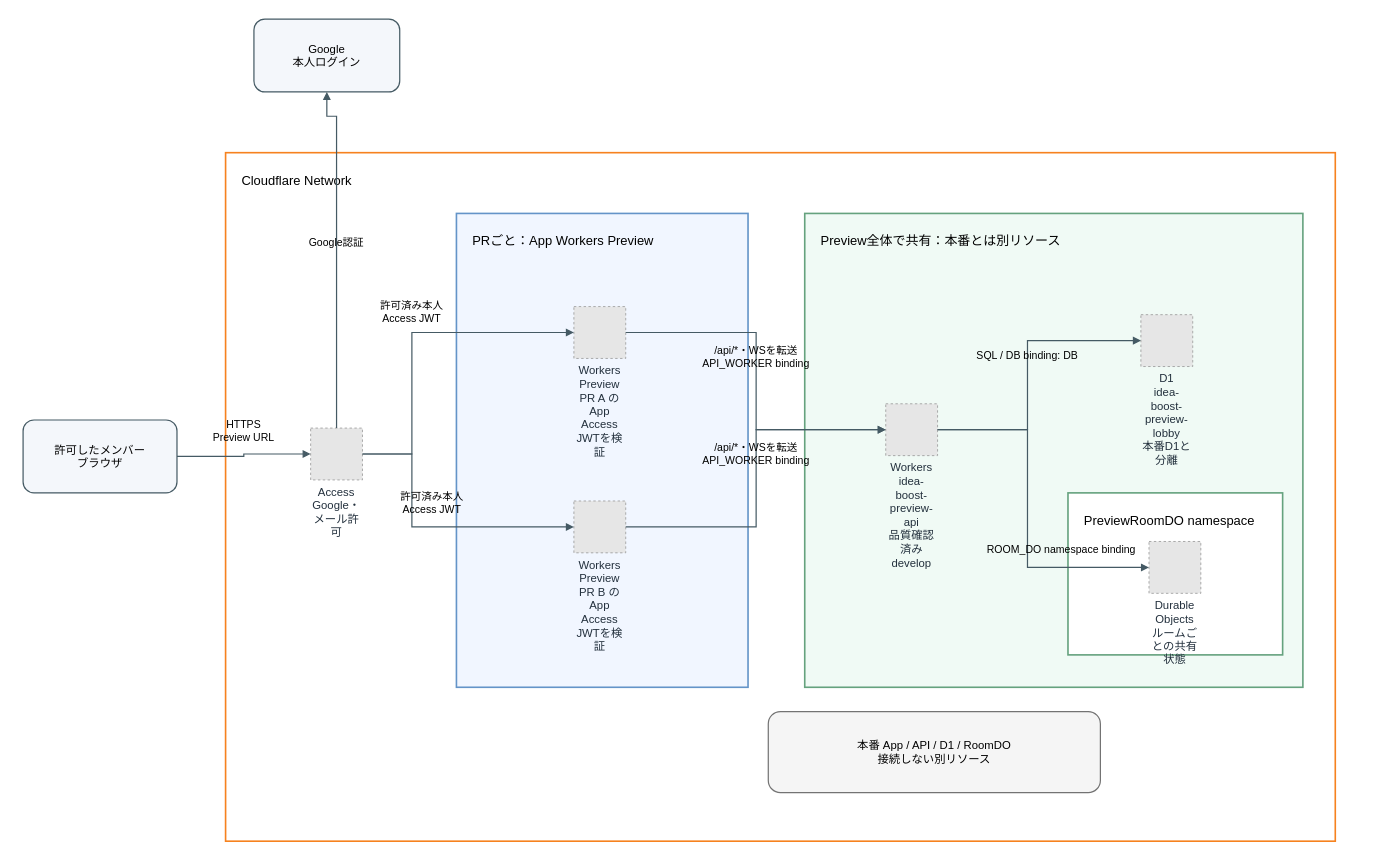
This is page "移行先：PR全体のPreview・実公開は未確認" (2 of 2) of out/architecture.drawio from engineer-first/idea-boost, a draw.io file, before an edit. Source tidied: cells renumbered, new cells numbered last; positions are measured from the earlier drawing's top-left corner, leaving out a move shared by most shapes. Both pictures are drawn from the tidied source at 81%, with x=0, y=0 at pixel (23, 19). Pictures stored in the file or linked from it are replaced by grey dashed boxes.
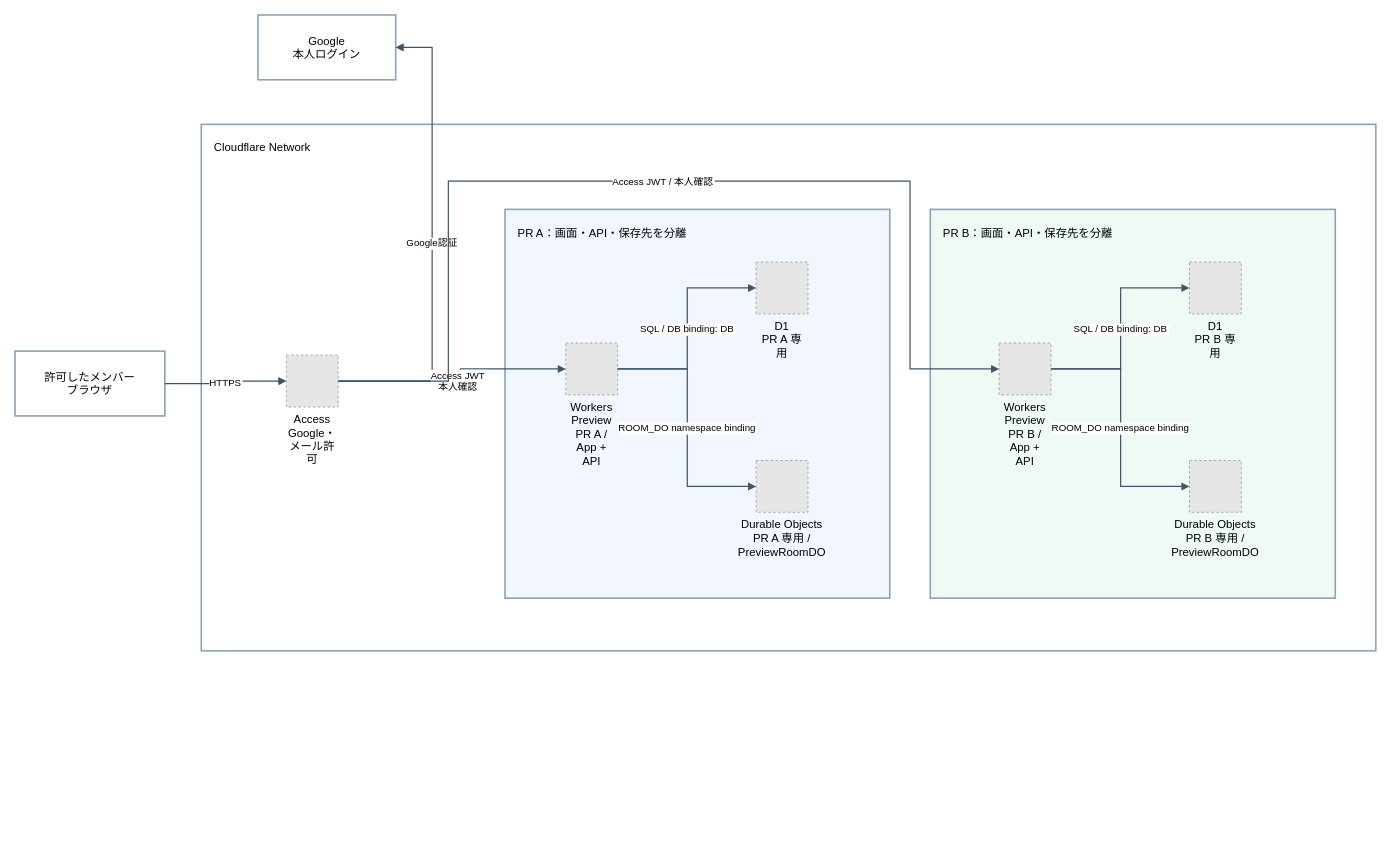
The same diagram, later.

Change to the diagram source:
```diff
@@
-<mxGraphModel background="#ffffff">
+<mxGraphModel>
@@
-    <mxCell id="2" value="Cloudflare Network" style="rounded=0;html=0;fillColor=#ffffff;strokeColor=#f6821f;strokeWidth=2;verticalAlign=top;align=left;spacing=20;fontSize=16;whiteSpace=wrap;" parent="1" vertex="1">
-      <mxGeometry x="250" y="165" width="1370" height="850" as="geometry" />
+    <mxCell id="2" value="Cloudflare Network" style="rounded=0;html=0;whiteSpace=wrap;fontSize=14;fillColor=white;strokeColor=#8da3b8;strokeWidth=2;verticalAlign=top;align=left;spacing=16;" parent="1" vertex="1">
+      <mxGeometry x="220" y="130" width="1450" height="650" as="geometry" />
     </mxCell>
-    <mxCell id="3" value="PRごと：App Workers Preview" style="rounded=0;html=0;fillColor=#f1f6ff;strokeColor=#6494c8;strokeWidth=2;verticalAlign=top;align=left;spacing=20;fontSize=16;whiteSpace=wrap;" parent="2" vertex="1">
-      <mxGeometry x="285" y="75" width="360" height="585" as="geometry" />
-    </mxCell>
-    <mxCell id="4" value="Preview全体で共有：本番とは別リソース" style="rounded=0;html=0;fillColor=#f0faf5;strokeColor=#65a27e;strokeWidth=2;verticalAlign=top;align=left;spacing=20;fontSize=16;whiteSpace=wrap;" parent="2" vertex="1">
-      <mxGeometry x="715" y="75" width="615" height="585" as="geometry" />
-    </mxCell>
+    <mxCell id="23" value="PR A：画面・API・保存先を分離" style="rounded=0;html=0;whiteSpace=wrap;fontSize=14;fillColor=#f1f6ff;strokeColor=#8da3b8;strokeWidth=2;verticalAlign=top;align=left;spacing=16;" parent="1" vertex="1">
+      <mxGeometry x="595" y="235" width="475" height="480" as="geometry" />
+    </mxCell>
+    <mxCell id="24" value="PR B：画面・API・保存先を分離" style="rounded=0;html=0;whiteSpace=wrap;fontSize=14;fillColor=#f0faf5;strokeColor=#8da3b8;strokeWidth=2;verticalAlign=top;align=left;spacing=16;" parent="1" vertex="1">
+      <mxGeometry x="1120" y="235" width="500" height="480" as="geometry" />
+    </mxCell>
-    <mxCell id="5" value="許可したメンバー&#10;ブラウザ" style="rounded=1;html=0;fillColor=#f4f7fb;strokeColor=#455a64;strokeWidth=1.5;fontSize=14;whiteSpace=wrap;spacing=12;" parent="1" vertex="1">
-      <mxGeometry y="495" width="190" height="90" as="geometry" />
+    <mxCell id="5" value="許可したメンバー&#10;ブラウザ" style="rounded=0;html=0;whiteSpace=wrap;fontSize=14;fillColor=white;strokeColor=#8da3b8;strokeWidth=2;" parent="1" vertex="1">
+      <mxGeometry x="-10" y="410" width="185" height="80" as="geometry" />
     </mxCell>
-    <mxCell id="6" value="Google&#10;本人ログイン" style="rounded=1;html=0;fillColor=#f4f7fb;strokeColor=#455a64;strokeWidth=1.5;fontSize=14;whiteSpace=wrap;spacing=12;" parent="1" vertex="1">
-      <mxGeometry x="285" width="180" height="90" as="geometry" />
+    <mxCell id="6" value="Google&#10;本人ログイン" style="rounded=0;html=0;whiteSpace=wrap;fontSize=14;fillColor=white;strokeColor=#8da3b8;strokeWidth=2;" parent="1" vertex="1">
+      <mxGeometry x="290" y="-5" width="170" height="80" as="geometry" />
     </mxCell>
-    <mxCell id="7" value="Access&#10;Google・メール許可" style="fillColor=#E6E6E6;strokeColor=#999999;dashed=1;verticalLabelPosition=bottom;verticalAlign=top;align=center;html=0;fontSize=14;whiteSpace=wrap;fontColor=#23303d;" parent="2" vertex="1">
-      <mxGeometry x="105" y="340" width="64" height="64" as="geometry" />
+    <mxCell id="7" value="Access&#10;Google・メール許可" style="fillColor=#E6E6E6;strokeColor=#999999;dashed=1;html=0;whiteSpace=wrap;fontSize=14;verticalLabelPosition=bottom;verticalAlign=top;align=center;" parent="1" vertex="1">
+      <mxGeometry x="325" y="415" width="64" height="64" as="geometry" />
     </mxCell>
-    <mxCell id="8" value="Workers Preview&#10;PR A の App&#10;Access JWTを検証" style="fillColor=#E6E6E6;strokeColor=#999999;dashed=1;verticalLabelPosition=bottom;verticalAlign=top;align=center;html=0;fontSize=14;whiteSpace=wrap;fontColor=#23303d;" parent="3" vertex="1">
-      <mxGeometry x="145" y="115" width="64" height="64" as="geometry" />
+    <mxCell id="8" value="Workers Preview&#10;PR A / App + API" style="fillColor=#E6E6E6;strokeColor=#999999;dashed=1;html=0;whiteSpace=wrap;fontSize=14;verticalLabelPosition=bottom;verticalAlign=top;align=center;" parent="1" vertex="1">
+      <mxGeometry x="670" y="400" width="64" height="64" as="geometry" />
     </mxCell>
+    <mxCell id="25" value="D1&#10;PR A 専用" style="fillColor=#E6E6E6;strokeColor=#999999;dashed=1;html=0;whiteSpace=wrap;fontSize=14;verticalLabelPosition=bottom;verticalAlign=top;align=center;" parent="1" vertex="1">
+      <mxGeometry x="905" y="300" width="64" height="64" as="geometry" />
+    </mxCell>
+    <mxCell id="26" value="Durable Objects&#10;PR A 専用 / PreviewRoomDO" style="fillColor=#E6E6E6;strokeColor=#999999;dashed=1;html=0;whiteSpace=wrap;fontSize=14;verticalLabelPosition=bottom;verticalAlign=top;align=center;" parent="1" vertex="1">
+      <mxGeometry x="905" y="545" width="64" height="64" as="geometry" />
+    </mxCell>
+    <mxCell id="27" value="SQL / DB binding: DB" style="edgeStyle=orthogonalEdgeStyle;rounded=0;html=0;endArrow=block;strokeColor=#40556a;strokeWidth=1.5;fontSize=12;" parent="1" edge="1" source="8" target="25">
+      <mxGeometry relative="1" as="geometry">
+        <Array as="points">
+          <mxPoint x="820" y="432" />
+          <mxPoint x="820" y="332" />
+        </Array>
+      </mxGeometry>
+    </mxCell>
+    <mxCell id="28" value="ROOM_DO namespace binding" style="edgeStyle=orthogonalEdgeStyle;rounded=0;html=0;endArrow=block;strokeColor=#40556a;strokeWidth=1.5;fontSize=12;" parent="1" edge="1" source="8" target="26">
+      <mxGeometry relative="1" as="geometry">
+        <Array as="points">
+          <mxPoint x="820" y="432" />
+          <mxPoint x="820" y="577" />
+        </Array>
+      </mxGeometry>
+    </mxCell>
-    <mxCell id="9" value="Workers Preview&#10;PR B の App&#10;Access JWTを検証" style="fillColor=#E6E6E6;strokeColor=#999999;dashed=1;verticalLabelPosition=bottom;verticalAlign=top;align=center;html=0;fontSize=14;whiteSpace=wrap;fontColor=#23303d;" parent="3" vertex="1">
-      <mxGeometry x="145" y="355" width="64" height="64" as="geometry" />
+    <mxCell id="9" value="Workers Preview&#10;PR B / App + API" style="fillColor=#E6E6E6;strokeColor=#999999;dashed=1;html=0;whiteSpace=wrap;fontSize=14;verticalLabelPosition=bottom;verticalAlign=top;align=center;" parent="1" vertex="1">
+      <mxGeometry x="1205" y="400" width="64" height="64" as="geometry" />
     </mxCell>
-    <mxCell id="10" value="Workers&#10;idea-boost-preview-api&#10;品質確認済みdevelop" style="fillColor=#E6E6E6;strokeColor=#999999;dashed=1;verticalLabelPosition=bottom;verticalAlign=top;align=center;html=0;fontSize=14;whiteSpace=wrap;fontColor=#23303d;" parent="4" vertex="1">
-      <mxGeometry x="100" y="235" width="64" height="64" as="geometry" />
-    </mxCell>
-    <mxCell id="11" value="D1&#10;idea-boost-preview-lobby&#10;本番D1と分離" style="fillColor=#E6E6E6;strokeColor=#999999;dashed=1;verticalLabelPosition=bottom;verticalAlign=top;align=center;html=0;fontSize=14;whiteSpace=wrap;fontColor=#23303d;" parent="4" vertex="1">
-      <mxGeometry x="415" y="125" width="64" height="64" as="geometry" />
-    </mxCell>
-    <mxCell id="12" value="PreviewRoomDO namespace" style="rounded=0;html=0;fillColor=#ffffff;strokeColor=#65a27e;strokeWidth=2;verticalAlign=top;align=left;spacing=20;fontSize=16;whiteSpace=wrap;" parent="4" vertex="1">
-      <mxGeometry x="325" y="345" width="265" height="200" as="geometry" />
-    </mxCell>
-    <mxCell id="13" value="Durable Objects&#10;ルームごとの共有状態" style="fillColor=#E6E6E6;strokeColor=#999999;dashed=1;verticalLabelPosition=bottom;verticalAlign=top;align=center;html=0;fontSize=14;whiteSpace=wrap;fontColor=#23303d;" parent="12" vertex="1">
-      <mxGeometry x="100" y="60" width="64" height="64" as="geometry" />
-    </mxCell>
-    <mxCell id="14" value="本番 App / API / D1 / RoomDO&#10;接続しない別リソース" style="rounded=1;html=0;fillColor=#f5f5f5;strokeColor=#737373;strokeWidth=1.5;fontSize=14;whiteSpace=wrap;spacing=12;" parent="2" vertex="1">
-      <mxGeometry x="670" y="690" width="410" height="100" as="geometry" />
-    </mxCell>
+    <mxCell id="29" value="D1&#10;PR B 専用" style="fillColor=#E6E6E6;strokeColor=#999999;dashed=1;html=0;whiteSpace=wrap;fontSize=14;verticalLabelPosition=bottom;verticalAlign=top;align=center;" parent="1" vertex="1">
+      <mxGeometry x="1440" y="300" width="64" height="64" as="geometry" />
+    </mxCell>
+    <mxCell id="30" value="Durable Objects&#10;PR B 専用 / PreviewRoomDO" style="fillColor=#E6E6E6;strokeColor=#999999;dashed=1;html=0;whiteSpace=wrap;fontSize=14;verticalLabelPosition=bottom;verticalAlign=top;align=center;" parent="1" vertex="1">
+      <mxGeometry x="1440" y="545" width="64" height="64" as="geometry" />
+    </mxCell>
+    <mxCell id="31" value="SQL / DB binding: DB" style="edgeStyle=orthogonalEdgeStyle;rounded=0;html=0;endArrow=block;strokeColor=#40556a;strokeWidth=1.5;fontSize=12;" parent="1" edge="1" source="9" target="29">
+      <mxGeometry relative="1" as="geometry">
+        <Array as="points">
+          <mxPoint x="1355" y="432" />
+          <mxPoint x="1355" y="332" />
+        </Array>
+      </mxGeometry>
+    </mxCell>
+    <mxCell id="32" value="ROOM_DO namespace binding" style="edgeStyle=orthogonalEdgeStyle;rounded=0;html=0;endArrow=block;strokeColor=#40556a;strokeWidth=1.5;fontSize=12;" parent="1" edge="1" source="9" target="30">
+      <mxGeometry relative="1" as="geometry">
+        <Array as="points">
+          <mxPoint x="1355" y="432" />
+          <mxPoint x="1355" y="577" />
+        </Array>
+      </mxGeometry>
+    </mxCell>
-    <mxCell id="15" value="HTTPS&#10;Preview URL" style="edgeStyle=orthogonalEdgeStyle;rounded=0;html=0;endArrow=block;endFill=1;strokeColor=#455a64;strokeWidth=1.5;fontSize=13;labelBackgroundColor=none;align=center;verticalAlign=bottom;exitPerimeter=0;entryPerimeter=0;exitX=1;exitY=0.5;entryX=0;entryY=0.5;" parent="1" edge="1" source="5" target="7">
-      <mxGeometry relative="1" as="geometry">
-        <mxPoint y="-12" as="offset" />
-      </mxGeometry>
+    <mxCell id="15" value="HTTPS" style="edgeStyle=orthogonalEdgeStyle;rounded=0;html=0;endArrow=block;strokeColor=#40556a;strokeWidth=1.5;fontSize=12;" parent="1" edge="1" source="5" target="7">
+      <mxGeometry relative="1" as="geometry" />
     </mxCell>
-    <mxCell id="16" value="Google認証" style="edgeStyle=orthogonalEdgeStyle;rounded=0;html=0;endArrow=block;endFill=1;strokeColor=#455a64;strokeWidth=1.5;fontSize=13;labelBackgroundColor=none;align=center;verticalAlign=bottom;exitPerimeter=0;entryPerimeter=0;exitX=0.5;exitY=0;entryX=0.5;entryY=1;" parent="1" edge="1" source="7" target="6">
+    <mxCell id="16" value="Google認証" style="edgeStyle=orthogonalEdgeStyle;rounded=0;html=0;endArrow=block;strokeColor=#40556a;strokeWidth=1.5;fontSize=12;" parent="1" edge="1" source="7" target="6">
       <mxGeometry relative="1" as="geometry">
         <Array as="points">
-          <mxPoint x="387" y="120" />
-          <mxPoint x="375" y="120" />
+          <mxPoint x="505" y="447" />
+          <mxPoint x="505" y="35" />
         </Array>
-        <mxPoint y="-5" as="offset" />
       </mxGeometry>
     </mxCell>
-    <mxCell id="17" value="許可済み本人&#10;Access JWT" style="edgeStyle=orthogonalEdgeStyle;rounded=0;html=0;endArrow=block;endFill=1;strokeColor=#455a64;strokeWidth=1.5;fontSize=13;labelBackgroundColor=none;align=center;verticalAlign=bottom;exitPerimeter=0;entryPerimeter=0;exitX=1;exitY=0.5;entryX=0;entryY=0.5;" parent="1" edge="1" source="7" target="8">
+    <mxCell id="17" value="Access JWT&#10;本人確認" style="edgeStyle=orthogonalEdgeStyle;rounded=0;html=0;endArrow=block;strokeColor=#40556a;strokeWidth=1.5;fontSize=12;" parent="1" edge="1" source="7" target="8">
       <mxGeometry relative="1" as="geometry">
         <Array as="points">
-          <mxPoint x="480" y="537" />
-          <mxPoint x="480" y="387" />
+          <mxPoint x="540" y="447" />
+          <mxPoint x="540" y="432" />
         </Array>
-        <mxPoint y="-12" as="offset" />
       </mxGeometry>
     </mxCell>
-    <mxCell id="18" value="許可済み本人&#10;Access JWT" style="edgeStyle=orthogonalEdgeStyle;rounded=0;html=0;endArrow=block;endFill=1;strokeColor=#455a64;strokeWidth=1.5;fontSize=13;labelBackgroundColor=none;align=center;verticalAlign=bottom;exitPerimeter=0;entryPerimeter=0;exitX=1;exitY=0.5;entryX=0;entryY=0.5;" parent="1" edge="1" source="7" target="9">
+    <mxCell id="18" value="Access JWT / 本人確認" style="edgeStyle=orthogonalEdgeStyle;rounded=0;html=0;endArrow=block;strokeColor=#40556a;strokeWidth=1.5;fontSize=12;" parent="1" edge="1" source="7" target="9">
       <mxGeometry relative="1" as="geometry">
         <Array as="points">
-          <mxPoint x="480" y="537" />
-          <mxPoint x="480" y="627" />
+          <mxPoint x="525" y="447" />
+          <mxPoint x="525" y="200" />
+          <mxPoint x="1095" y="200" />
+          <mxPoint x="1095" y="432" />
         </Array>
-        <mxPoint y="-12" as="offset" />
       </mxGeometry>
     </mxCell>
-    <mxCell id="19" value="/api/*・WSを転送&#10;API_WORKER binding" style="edgeStyle=orthogonalEdgeStyle;rounded=0;html=0;endArrow=block;endFill=1;strokeColor=#455a64;strokeWidth=1.5;fontSize=13;labelBackgroundColor=none;align=center;verticalAlign=bottom;exitPerimeter=0;entryPerimeter=0;exitX=1;exitY=0.5;entryX=0;entryY=0.5;" parent="1" edge="1" source="8" target="10">
-      <mxGeometry relative="1" as="geometry">
-        <Array as="points">
-          <mxPoint x="905" y="387" />
-          <mxPoint x="905" y="507" />
-        </Array>
-        <mxPoint y="-12" as="offset" />
-      </mxGeometry>
-    </mxCell>
-    <mxCell id="20" value="/api/*・WSを転送&#10;API_WORKER binding" style="edgeStyle=orthogonalEdgeStyle;rounded=0;html=0;endArrow=block;endFill=1;strokeColor=#455a64;strokeWidth=1.5;fontSize=13;labelBackgroundColor=none;align=center;verticalAlign=bottom;exitPerimeter=0;entryPerimeter=0;exitX=1;exitY=0.5;entryX=0;entryY=0.5;" parent="1" edge="1" source="9" target="10">
-      <mxGeometry relative="1" as="geometry">
-        <Array as="points">
-          <mxPoint x="905" y="627" />
-          <mxPoint x="905" y="507" />
-        </Array>
-        <mxPoint y="-12" as="offset" />
-      </mxGeometry>
-    </mxCell>
-    <mxCell id="21" value="SQL / DB binding: DB" style="edgeStyle=orthogonalEdgeStyle;rounded=0;html=0;endArrow=block;endFill=1;strokeColor=#455a64;strokeWidth=1.5;fontSize=13;labelBackgroundColor=none;align=center;verticalAlign=bottom;exitPerimeter=0;entryPerimeter=0;exitX=1;exitY=0.5;entryX=0;entryY=0.5;" parent="1" edge="1" source="10" target="11">
-      <mxGeometry relative="1" as="geometry">
-        <Array as="points">
-          <mxPoint x="1240" y="507" />
-          <mxPoint x="1240" y="397" />
-        </Array>
-        <mxPoint y="-12" as="offset" />
-      </mxGeometry>
-    </mxCell>
-    <mxCell id="22" value="ROOM_DO namespace binding" style="edgeStyle=orthogonalEdgeStyle;rounded=0;html=0;endArrow=block;endFill=1;strokeColor=#455a64;strokeWidth=1.5;fontSize=13;labelBackgroundColor=none;align=center;verticalAlign=bottom;exitPerimeter=0;entryPerimeter=0;exitX=1;exitY=0.5;entryX=0;entryY=0.5;" parent="1" edge="1" source="10" target="13">
-      <mxGeometry x="0.5" relative="1" as="geometry">
-        <Array as="points">
-          <mxPoint x="1240" y="507" />
-          <mxPoint x="1240" y="677" />
-        </Array>
-        <mxPoint y="-12" as="offset" />
-      </mxGeometry>
-    </mxCell>
```
